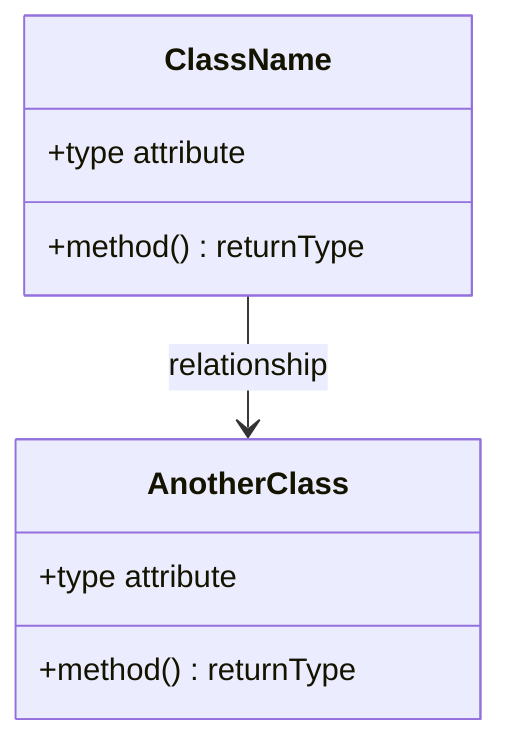
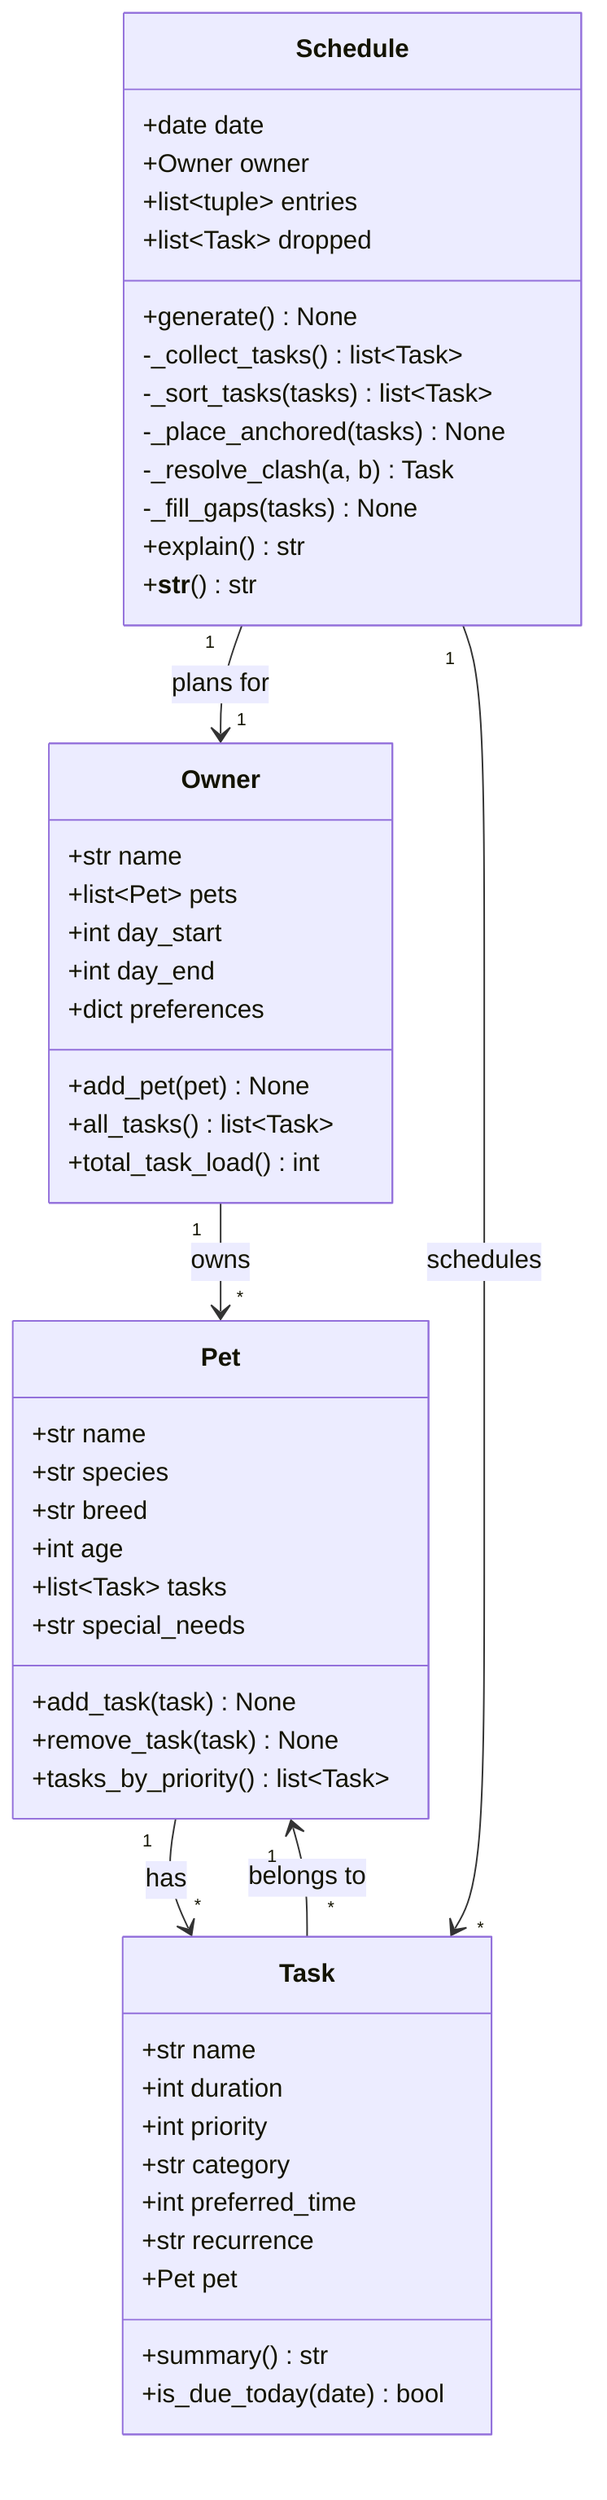
classDiagram
-     %% Replace the placeholders below with your actual classes, attributes, methods, and relationships.
-     %% Keep this file updated so it matches your final implementation.
+     %% PawPal+ : one Owner -> many Pets -> many Tasks; Schedule builds a daily plan
+     %% Times are stored as minutes-since-midnight (ints); formatted to HH:MM only for display.

-     class ClassName {
-         +type attribute
-         +method() returnType
+     class Owner {
+         +str name
+         +list~Pet~ pets
+         +int day_start
+         +int day_end
+         +dict preferences
+         +add_pet(pet) None
+         +all_tasks() list~Task~
+         +total_task_load() int
    }

-     class AnotherClass {
-         +type attribute
-         +method() returnType
+     class Pet {
+         +str name
+         +str species
+         +str breed
+         +int age
+         +list~Task~ tasks
+         +str special_needs
+         +add_task(task) None
+         +remove_task(task) None
+         +tasks_by_priority() list~Task~
    }

-     ClassName --> AnotherClass : relationship
+     class Task {
+         +str name
+         +int duration
+         +int priority
+         +str category
+         +int preferred_time
+         +str recurrence
+         +Pet pet
+         +summary() str
+         +is_due_today(date) bool
+     }
+ 
+     class Schedule {
+         +date date
+         +Owner owner
+         +list~tuple~ entries
+         +list~Task~ dropped
+         +generate() None
+         -_collect_tasks() list~Task~
+         -_sort_tasks(tasks) list~Task~
+         -_place_anchored(tasks) None
+         -_resolve_clash(a, b) Task
+         -_fill_gaps(tasks) None
+         +explain() str
+         +__str__() str
+     }
+ 
+     Owner "1" --> "*" Pet : owns
+     Pet "1" --> "*" Task : has
+     Task "*" --> "1" Pet : belongs to
+     Schedule "1" --> "1" Owner : plans for
+     Schedule "1" --> "*" Task : schedules
